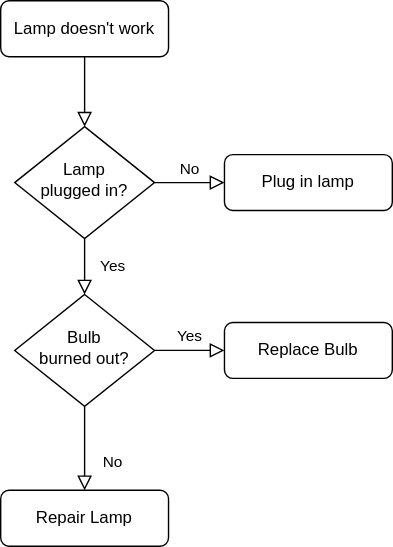
Above: 尝试绘制图.drawio.svg in wen124/draw (draw.io), before the change. Source tidied: cells renumbered, new cells last; positions are measured from the earlier drawing's top-left corner, leaving out a move shared by most shapes. The source it was exported from:
```xml
<mxGraphModel>
  <root>
    <mxCell id="0" />
    <mxCell id="1" parent="0" />
    <mxCell id="2" style="rounded=0;html=1;jettySize=auto;fontSize=11;endArrow=block;endFill=0;endSize=8;strokeWidth=1;shadow=0;labelBackgroundColor=none;edgeStyle=orthogonalEdgeStyle;" parent="1" edge="1" source="3" target="6">
      <mxGeometry relative="1" as="geometry" />
    </mxCell>
    <mxCell id="3" value="Lamp doesn't work" style="rounded=1;whiteSpace=wrap;html=1;fontSize=12;glass=0;strokeWidth=1;shadow=0;" parent="1" vertex="1">
      <mxGeometry width="120" height="40" as="geometry" />
    </mxCell>
    <mxCell id="4" value="Yes" style="rounded=0;html=1;jettySize=auto;fontSize=11;endArrow=block;endFill=0;endSize=8;strokeWidth=1;shadow=0;labelBackgroundColor=none;edgeStyle=orthogonalEdgeStyle;" parent="1" edge="1" source="6" target="10">
      <mxGeometry y="20" relative="1" as="geometry" />
    </mxCell>
    <mxCell id="5" value="No" style="edgeStyle=orthogonalEdgeStyle;rounded=0;html=1;jettySize=auto;fontSize=11;endArrow=block;endFill=0;endSize=8;strokeWidth=1;shadow=0;labelBackgroundColor=none;" parent="1" edge="1" source="6" target="7">
      <mxGeometry y="10" relative="1" as="geometry" />
    </mxCell>
    <mxCell id="6" value="Lamp&lt;br&gt;plugged in?" style="rhombus;whiteSpace=wrap;html=1;shadow=0;fontFamily=Helvetica;fontSize=12;align=center;strokeWidth=1;spacing=6;spacingTop=-4;" parent="1" vertex="1">
      <mxGeometry x="10" y="90" width="100" height="80" as="geometry" />
    </mxCell>
    <mxCell id="7" value="Plug in lamp" style="rounded=1;whiteSpace=wrap;html=1;fontSize=12;glass=0;strokeWidth=1;shadow=0;" parent="1" vertex="1">
      <mxGeometry x="160" y="110" width="120" height="40" as="geometry" />
    </mxCell>
    <mxCell id="8" value="No" style="rounded=0;html=1;jettySize=auto;fontSize=11;endArrow=block;endFill=0;endSize=8;strokeWidth=1;shadow=0;labelBackgroundColor=none;edgeStyle=orthogonalEdgeStyle;" parent="1" edge="1" source="10" target="11">
      <mxGeometry x="0.33" y="20" relative="1" as="geometry" />
    </mxCell>
    <mxCell id="9" value="Yes" style="edgeStyle=orthogonalEdgeStyle;rounded=0;html=1;jettySize=auto;fontSize=11;endArrow=block;endFill=0;endSize=8;strokeWidth=1;shadow=0;labelBackgroundColor=none;" parent="1" edge="1" source="10" target="12">
      <mxGeometry y="10" relative="1" as="geometry" />
    </mxCell>
    <mxCell id="10" value="Bulb&lt;br&gt;burned out?" style="rhombus;whiteSpace=wrap;html=1;shadow=0;fontFamily=Helvetica;fontSize=12;align=center;strokeWidth=1;spacing=6;spacingTop=-4;" parent="1" vertex="1">
      <mxGeometry x="10" y="210" width="100" height="80" as="geometry" />
    </mxCell>
    <mxCell id="11" value="Repair Lamp" style="rounded=1;whiteSpace=wrap;html=1;fontSize=12;glass=0;strokeWidth=1;shadow=0;" parent="1" vertex="1">
      <mxGeometry y="350" width="120" height="40" as="geometry" />
    </mxCell>
    <mxCell id="12" value="Replace Bulb" style="rounded=1;whiteSpace=wrap;html=1;fontSize=12;glass=0;strokeWidth=1;shadow=0;" parent="1" vertex="1">
      <mxGeometry x="160" y="230" width="120" height="40" as="geometry" />
    </mxCell>
  </root>
</mxGraphModel>
```
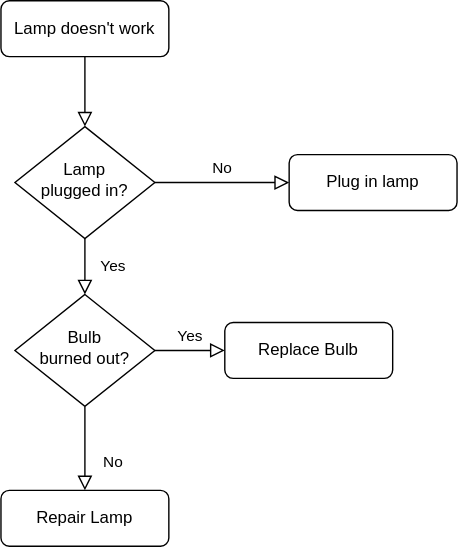
Above is the later version.

Commit message:
更新尝试绘制图.drawio.svg

Change to the diagram source:
```diff
@@ -1,4 +1,4 @@
-<mxGraphModel>
+<mxGraphModel background="#ffffff">
   <root>
     <mxCell id="0" />
     <mxCell id="1" parent="0" />
@@ -18,7 +18,7 @@
       <mxGeometry x="10" y="90" width="100" height="80" as="geometry" />
     </mxCell>
     <mxCell id="7" value="Plug in lamp" style="rounded=1;whiteSpace=wrap;html=1;fontSize=12;glass=0;strokeWidth=1;shadow=0;" parent="1" vertex="1">
-      <mxGeometry x="160" y="110" width="120" height="40" as="geometry" />
+      <mxGeometry x="206" y="110" width="120" height="40" as="geometry" />
     </mxCell>
     <mxCell id="8" value="No" style="rounded=0;html=1;jettySize=auto;fontSize=11;endArrow=block;endFill=0;endSize=8;strokeWidth=1;shadow=0;labelBackgroundColor=none;edgeStyle=orthogonalEdgeStyle;" parent="1" edge="1" source="10" target="11">
       <mxGeometry x="0.33" y="20" relative="1" as="geometry" />
```
